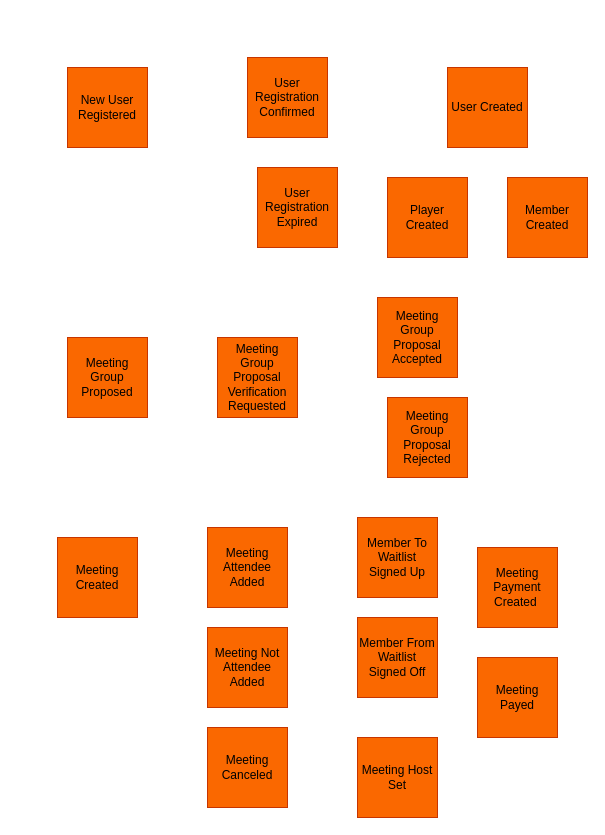
Before: drawing/1_找出事件.drawio in ephebe/EventStormingPractice, a draw.io diagram. Source tidied: cells renumbered, new cells numbered last; positions are measured from the earlier drawing's top-left corner, leaving out a move shared by most shapes. Both pictures are drawn from the tidied source at 100%, with x=0, y=0 at pixel (57, 57).
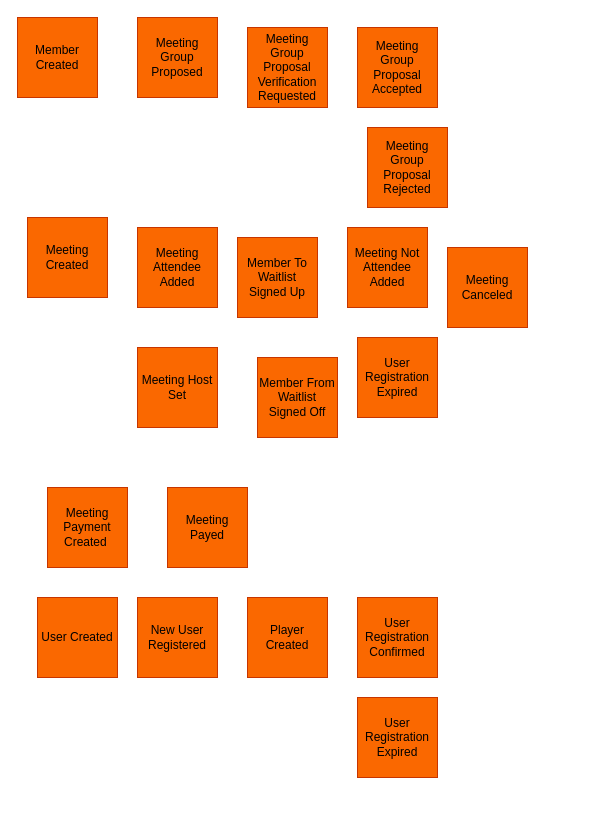
After the change.

What changed in the source:
```diff
@@
     <mxCell id="2" value="New User Registered" style="whiteSpace=wrap;html=1;fillColor=#fa6800;fontColor=#000000;strokeColor=#C73500;" parent="1" vertex="1">
-      <mxGeometry x="10" y="10" width="80" height="80" as="geometry" />
+      <mxGeometry x="80" y="540" width="80" height="80" as="geometry" />
     </mxCell>
     <mxCell id="3" value="User Registration Confirmed" style="whiteSpace=wrap;html=1;fillColor=#fa6800;fontColor=#000000;strokeColor=#C73500;" parent="1" vertex="1">
-      <mxGeometry x="190" width="80" height="80" as="geometry" />
+      <mxGeometry x="300" y="540" width="80" height="80" as="geometry" />
     </mxCell>
     <mxCell id="4" value="&lt;span&gt;User Registration Expired&lt;/span&gt;" style="whiteSpace=wrap;html=1;fillColor=#fa6800;fontColor=#000000;strokeColor=#C73500;" parent="1" vertex="1">
-      <mxGeometry x="200" y="110" width="80" height="80" as="geometry" />
+      <mxGeometry x="300" y="280" width="80" height="80" as="geometry" />
     </mxCell>
     <mxCell id="5" value="User Created" style="whiteSpace=wrap;html=1;fillColor=#fa6800;fontColor=#000000;strokeColor=#C73500;" parent="1" vertex="1">
-      <mxGeometry x="390" y="10" width="80" height="80" as="geometry" />
+      <mxGeometry x="-20" y="540" width="80" height="80" as="geometry" />
     </mxCell>
     <mxCell id="6" value="Member Created" style="whiteSpace=wrap;html=1;fillColor=#fa6800;fontColor=#000000;strokeColor=#C73500;" parent="1" vertex="1">
-      <mxGeometry x="450" y="120" width="80" height="80" as="geometry" />
+      <mxGeometry x="-40" y="-40" width="80" height="80" as="geometry" />
     </mxCell>
     <mxCell id="7" value="Player Created" style="whiteSpace=wrap;html=1;fillColor=#fa6800;fontColor=#000000;strokeColor=#C73500;" parent="1" vertex="1">
-      <mxGeometry x="330" y="120" width="80" height="80" as="geometry" />
+      <mxGeometry x="190" y="540" width="80" height="80" as="geometry" />
     </mxCell>
     <mxCell id="8" value="Meeting Group Proposed" style="whiteSpace=wrap;html=1;fillColor=#fa6800;fontColor=#000000;strokeColor=#C73500;" parent="1" vertex="1">
-      <mxGeometry x="10" y="280" width="80" height="80" as="geometry" />
+      <mxGeometry x="80" y="-40" width="80" height="80" as="geometry" />
     </mxCell>
     <mxCell id="9" value="Meeting Group Proposal Verification Requested" style="whiteSpace=wrap;html=1;fillColor=#fa6800;fontColor=#000000;strokeColor=#C73500;" parent="1" vertex="1">
-      <mxGeometry x="160" y="280" width="80" height="80" as="geometry" />
+      <mxGeometry x="190" y="-30" width="80" height="80" as="geometry" />
     </mxCell>
     <mxCell id="10" value="Meeting Group Proposal Accepted" style="whiteSpace=wrap;html=1;fillColor=#fa6800;fontColor=#000000;strokeColor=#C73500;" parent="1" vertex="1">
-      <mxGeometry x="320" y="240" width="80" height="80" as="geometry" />
+      <mxGeometry x="300" y="-30" width="80" height="80" as="geometry" />
     </mxCell>
     <mxCell id="11" value="Meeting Group Proposal Rejected" style="whiteSpace=wrap;html=1;fillColor=#fa6800;fontColor=#000000;strokeColor=#C73500;" parent="1" vertex="1">
-      <mxGeometry x="330" y="340" width="80" height="80" as="geometry" />
+      <mxGeometry x="310" y="70" width="80" height="80" as="geometry" />
     </mxCell>
     <mxCell id="12" value="Meeting Created" style="whiteSpace=wrap;html=1;fillColor=#fa6800;fontColor=#000000;strokeColor=#C73500;" parent="1" vertex="1">
-      <mxGeometry y="480" width="80" height="80" as="geometry" />
+      <mxGeometry x="-30" y="160" width="80" height="80" as="geometry" />
     </mxCell>
     <mxCell id="13" value="Meeting Attendee Added" style="whiteSpace=wrap;html=1;fillColor=#fa6800;fontColor=#000000;strokeColor=#C73500;" parent="1" vertex="1">
-      <mxGeometry x="150" y="470" width="80" height="80" as="geometry" />
+      <mxGeometry x="80" y="170" width="80" height="80" as="geometry" />
     </mxCell>
     <mxCell id="14" value="Meeting Not Attendee Added" style="whiteSpace=wrap;html=1;fillColor=#fa6800;fontColor=#000000;strokeColor=#C73500;" parent="1" vertex="1">
-      <mxGeometry x="150" y="570" width="80" height="80" as="geometry" />
+      <mxGeometry x="290" y="170" width="80" height="80" as="geometry" />
     </mxCell>
     <mxCell id="15" value="Meeting Canceled" style="whiteSpace=wrap;html=1;fillColor=#fa6800;fontColor=#000000;strokeColor=#C73500;" parent="1" vertex="1">
-      <mxGeometry x="150" y="670" width="80" height="80" as="geometry" />
+      <mxGeometry x="390" y="190" width="80" height="80" as="geometry" />
     </mxCell>
     <mxCell id="16" value="Member To Waitlist Signed Up" style="whiteSpace=wrap;html=1;fillColor=#fa6800;fontColor=#000000;strokeColor=#C73500;" parent="1" vertex="1">
-      <mxGeometry x="300" y="460" width="80" height="80" as="geometry" />
+      <mxGeometry x="180" y="180" width="80" height="80" as="geometry" />
     </mxCell>
     <mxCell id="17" value="Member From Waitlist Signed Off" style="whiteSpace=wrap;html=1;fillColor=#fa6800;fontColor=#000000;strokeColor=#C73500;" parent="1" vertex="1">
-      <mxGeometry x="300" y="560" width="80" height="80" as="geometry" />
+      <mxGeometry x="200" y="300" width="80" height="80" as="geometry" />
     </mxCell>
     <mxCell id="18" value="Meeting Host Set" style="whiteSpace=wrap;html=1;fillColor=#fa6800;fontColor=#000000;strokeColor=#C73500;" parent="1" vertex="1">
-      <mxGeometry x="300" y="680" width="80" height="80" as="geometry" />
+      <mxGeometry x="80" y="290" width="80" height="80" as="geometry" />
     </mxCell>
     <mxCell id="19" value="Meeting Payment Created&amp;nbsp;" style="whiteSpace=wrap;html=1;fillColor=#fa6800;fontColor=#000000;strokeColor=#C73500;" parent="1" vertex="1">
-      <mxGeometry x="420" y="490" width="80" height="80" as="geometry" />
+      <mxGeometry x="-10" y="430" width="80" height="80" as="geometry" />
     </mxCell>
     <mxCell id="20" value="Meeting Payed" style="whiteSpace=wrap;html=1;fillColor=#fa6800;fontColor=#000000;strokeColor=#C73500;" parent="1" vertex="1">
-      <mxGeometry x="420" y="600" width="80" height="80" as="geometry" />
+      <mxGeometry x="110" y="430" width="80" height="80" as="geometry" />
     </mxCell>
+    <mxCell id="21" value="&lt;span style=&quot;color: rgb(0 , 0 , 0)&quot;&gt;User Registration Expired&lt;/span&gt;" style="whiteSpace=wrap;html=1;fillColor=#fa6800;fontColor=#000000;strokeColor=#C73500;" parent="1" vertex="1">
+      <mxGeometry x="300" y="640" width="80" height="80" as="geometry" />
+    </mxCell>
```
